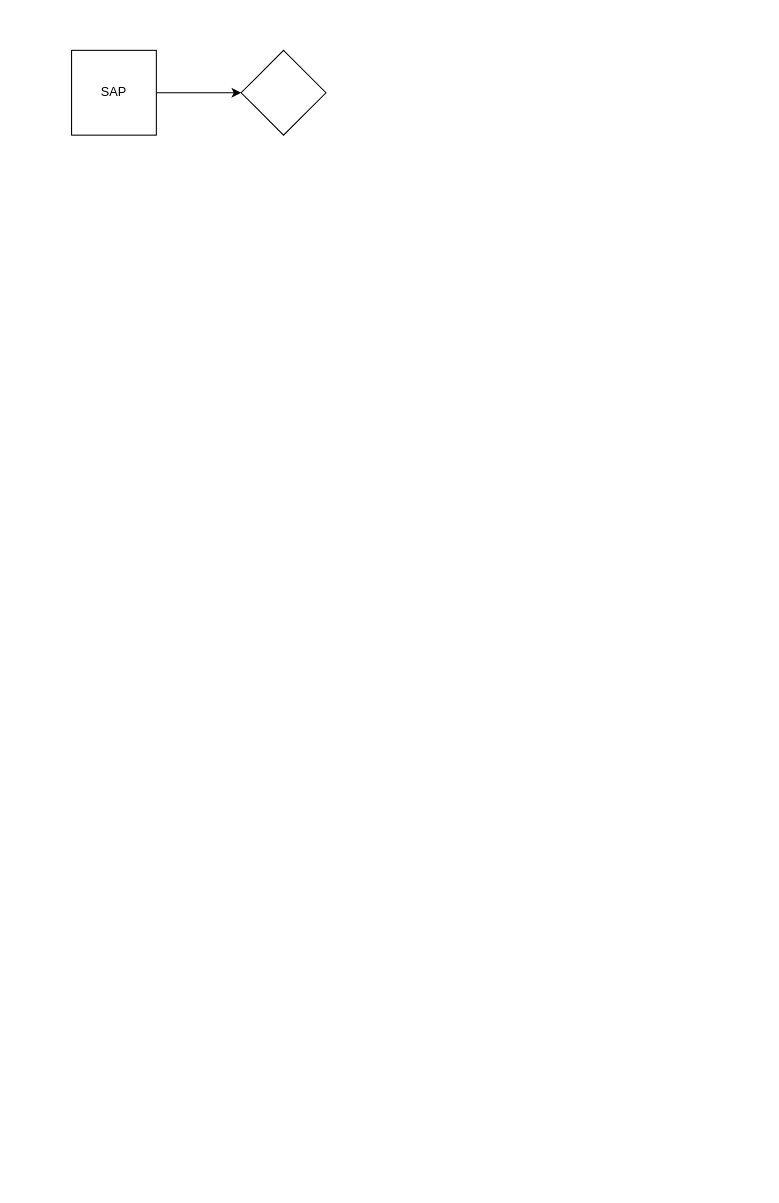
This is Flux firma extern (ViaFirma).drawio from odols-icat/ICAT, a draw.io file, before an edit. Source tidied: cells renumbered, new cells numbered last; positions are measured from the earlier drawing's top-left corner, leaving out a move shared by most shapes. Both pictures are drawn from the tidied source at 106%, with x=0, y=0 at pixel (71, 50).
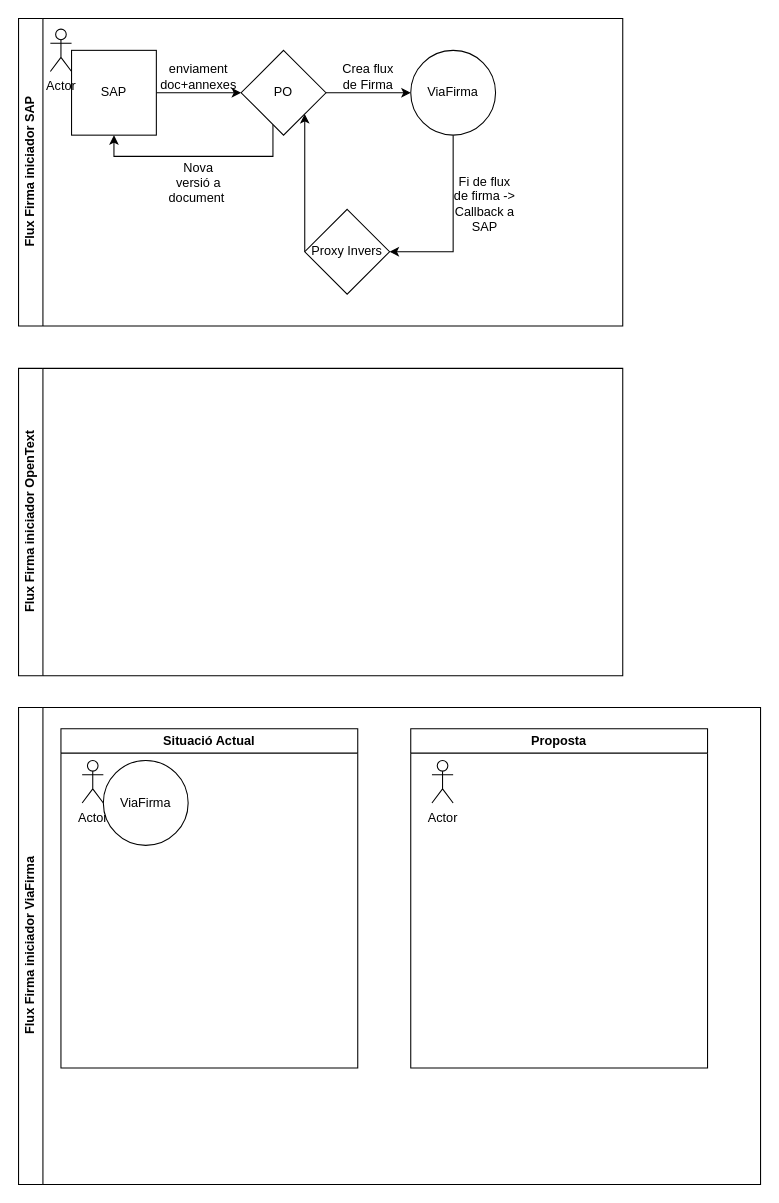
The same diagram, later.

Unchanged cells that the change refers to:
```xml
<mxCell id="3" value="SAP" style="whiteSpace=wrap;html=1;" parent="1" vertex="1">
  <mxGeometry width="80" height="80" as="geometry" />
</mxCell>
```

The edit, as a diff of the source:
```diff
@@
+    <mxCell id="5" style="edgeStyle=orthogonalEdgeStyle;rounded=0;jettySize=auto;html=1;" parent="1" edge="1" source="4" target="8">
+      <mxGeometry relative="1" as="geometry" />
+    </mxCell>
+    <mxCell id="6" style="edgeStyle=orthogonalEdgeStyle;rounded=0;jettySize=auto;html=1;entryX=0.5;entryY=1;entryDx=0;entryDy=0;" parent="1" edge="1" source="4" target="3">
+      <mxGeometry relative="1" as="geometry">
+        <Array as="points">
+          <mxPoint x="190" y="100" />
+          <mxPoint x="40" y="100" />
+        </Array>
+      </mxGeometry>
+    </mxCell>
-    <mxCell id="4" style="rhombus;whiteSpace=wrap;html=1;" parent="1" vertex="1">
+    <mxCell id="4" value="PO" style="rhombus;whiteSpace=wrap;html=1;" parent="1" vertex="1">
       <mxGeometry x="160" width="80" height="80" as="geometry" />
     </mxCell>
+    <mxCell id="7" style="edgeStyle=orthogonalEdgeStyle;rounded=0;jettySize=auto;html=1;entryX=1;entryY=0.5;entryDx=0;entryDy=0;" parent="1" edge="1" source="8" target="12">
+      <mxGeometry relative="1" as="geometry">
+        <Array as="points">
+          <mxPoint x="360" y="190" />
+        </Array>
+      </mxGeometry>
+    </mxCell>
+    <mxCell id="8" value="ViaFirma" style="ellipse;whiteSpace=wrap;html=1;" parent="1" vertex="1">
+      <mxGeometry x="320" width="80" height="80" as="geometry" />
+    </mxCell>
+    <mxCell id="9" value="enviament doc+annexes" style="text;html=1;whiteSpace=wrap;strokeColor=none;fillColor=none;align=center;verticalAlign=middle;rounded=0;" parent="1" vertex="1">
+      <mxGeometry x="90" y="10" width="60" height="30" as="geometry" />
+    </mxCell>
+    <mxCell id="10" value="Fi de flux de firma -&amp;gt; Callback a SAP" style="text;html=1;whiteSpace=wrap;strokeColor=none;fillColor=none;align=center;verticalAlign=middle;rounded=0;" parent="1" vertex="1">
+      <mxGeometry x="360" y="130" width="60" height="30" as="geometry" />
+    </mxCell>
+    <mxCell id="11" style="edgeStyle=orthogonalEdgeStyle;rounded=0;jettySize=auto;html=1;exitX=0;exitY=0.5;exitDx=0;exitDy=0;entryX=1;entryY=1;entryDx=0;entryDy=0;" parent="1" edge="1" source="12" target="4">
+      <mxGeometry relative="1" as="geometry">
+        <Array as="points">
+          <mxPoint x="220" y="150" />
+          <mxPoint x="220" y="150" />
+        </Array>
+      </mxGeometry>
+    </mxCell>
+    <mxCell id="12" value="Proxy Invers" style="rhombus;whiteSpace=wrap;html=1;" parent="1" vertex="1">
+      <mxGeometry x="220" y="150" width="80" height="80" as="geometry" />
+    </mxCell>
+    <mxCell id="13" value="Nova versió a document&amp;nbsp;" style="text;html=1;whiteSpace=wrap;strokeColor=none;fillColor=none;align=center;verticalAlign=middle;rounded=0;" parent="1" vertex="1">
+      <mxGeometry x="90" y="110" width="60" height="30" as="geometry" />
+    </mxCell>
+    <mxCell id="14" value="Crea flux de Firma" style="text;html=1;whiteSpace=wrap;strokeColor=none;fillColor=none;align=center;verticalAlign=middle;rounded=0;" parent="1" vertex="1">
+      <mxGeometry x="250" y="10" width="60" height="30" as="geometry" />
+    </mxCell>
+    <mxCell id="15" value="Flux Firma iniciador SAP" style="swimlane;horizontal=0;whiteSpace=wrap;html=1;" parent="1" vertex="1">
+      <mxGeometry x="-50" y="-30" width="570" height="290" as="geometry" />
+    </mxCell>
+    <mxCell id="16" value="Actor" style="shape=umlActor;verticalLabelPosition=bottom;verticalAlign=top;html=1;" parent="15" vertex="1">
+      <mxGeometry x="30" y="10" width="20" height="40" as="geometry" />
+    </mxCell>
+    <mxCell id="17" value="Flux Firma iniciador OpenText" style="swimlane;horizontal=0;whiteSpace=wrap;html=1;" parent="1" vertex="1">
+      <mxGeometry x="-50" y="300" width="570" height="290" as="geometry" />
+    </mxCell>
+    <mxCell id="18" value="Flux Firma iniciador ViaFirma" style="swimlane;horizontal=0;whiteSpace=wrap;html=1;" parent="1" vertex="1">
+      <mxGeometry x="-50" y="620" width="700" height="450" as="geometry" />
+    </mxCell>
+    <mxCell id="19" value="Situació Actual" style="swimlane;whiteSpace=wrap;html=1;" parent="18" vertex="1">
+      <mxGeometry x="40" y="20" width="280" height="320" as="geometry" />
+    </mxCell>
+    <mxCell id="20" value="Actor" style="shape=umlActor;verticalLabelPosition=bottom;verticalAlign=top;html=1;" parent="19" vertex="1">
+      <mxGeometry x="20" y="30" width="20" height="40" as="geometry" />
+    </mxCell>
+    <mxCell id="21" value="Proposta" style="swimlane;whiteSpace=wrap;html=1;" parent="18" vertex="1">
+      <mxGeometry x="370" y="20" width="280" height="320" as="geometry" />
+    </mxCell>
+    <mxCell id="22" value="Actor" style="shape=umlActor;verticalLabelPosition=bottom;verticalAlign=top;html=1;" parent="21" vertex="1">
+      <mxGeometry x="20" y="30" width="20" height="40" as="geometry" />
+    </mxCell>
+    <mxCell id="23" value="ViaFirma" style="ellipse;whiteSpace=wrap;html=1;" parent="1" vertex="1">
+      <mxGeometry x="30" y="670" width="80" height="80" as="geometry" />
+    </mxCell>
```
